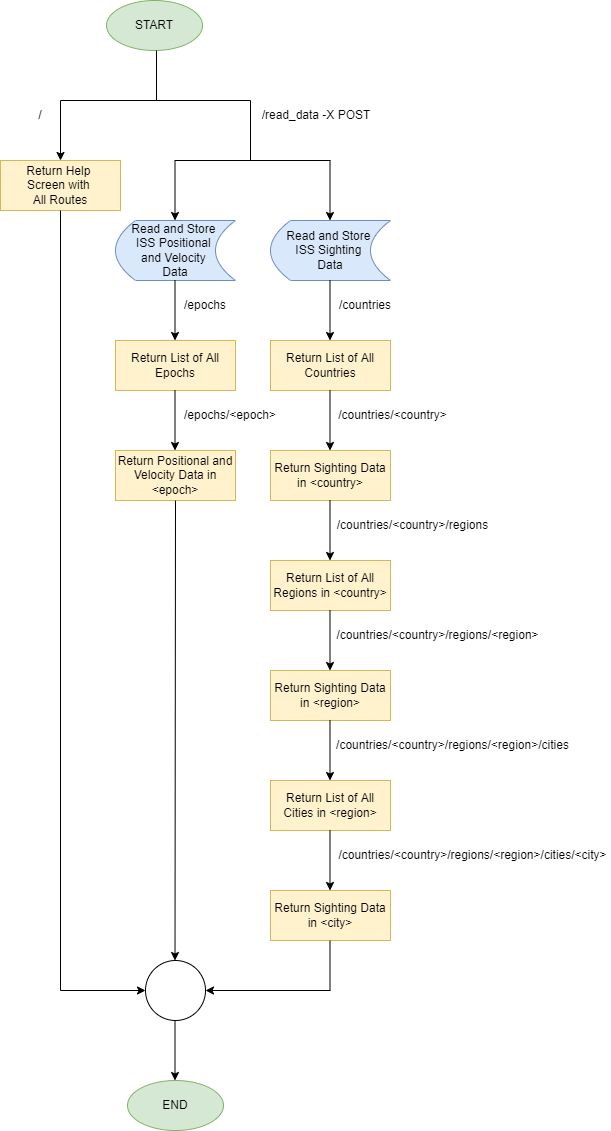
etchi17/COE332_Homework keeps this draw.io diagram as homework07/Software_Diagram.png. Above is the earlier version. Source tidied: cells renumbered, new cells last; positions are measured from the earlier drawing's top-left corner, leaving out a move shared by most shapes.
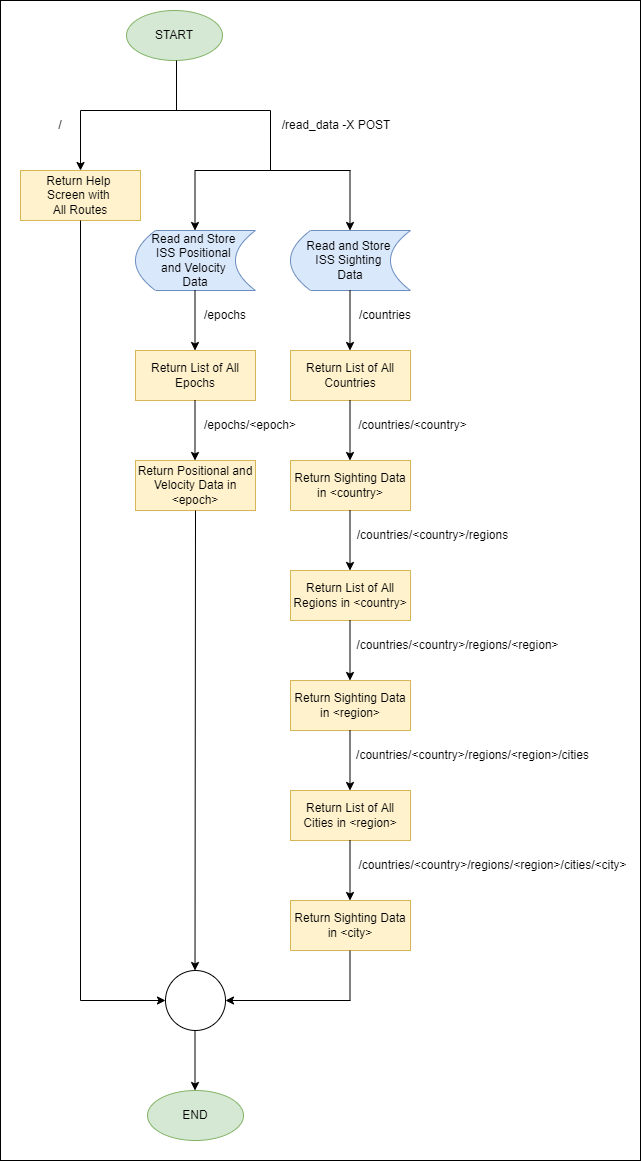
The same diagram one commit later.

The edit, as a diff of the source:
```diff
@@ -2,6 +2,9 @@
   <root>
     <mxCell id="0" />
     <mxCell id="1" parent="0" />
+    <mxCell id="47" style="rounded=0;whiteSpace=wrap;html=1;" parent="1" vertex="1">
+      <mxGeometry x="-20" y="-10" width="640" height="1160" as="geometry" />
+    </mxCell>
     <mxCell id="2" value="START" style="ellipse;whiteSpace=wrap;html=1;rounded=0;fillColor=#d5e8d4;strokeColor=#82b366;" parent="1" vertex="1">
       <mxGeometry x="106" width="96" height="50" as="geometry" />
     </mxCell>
```
